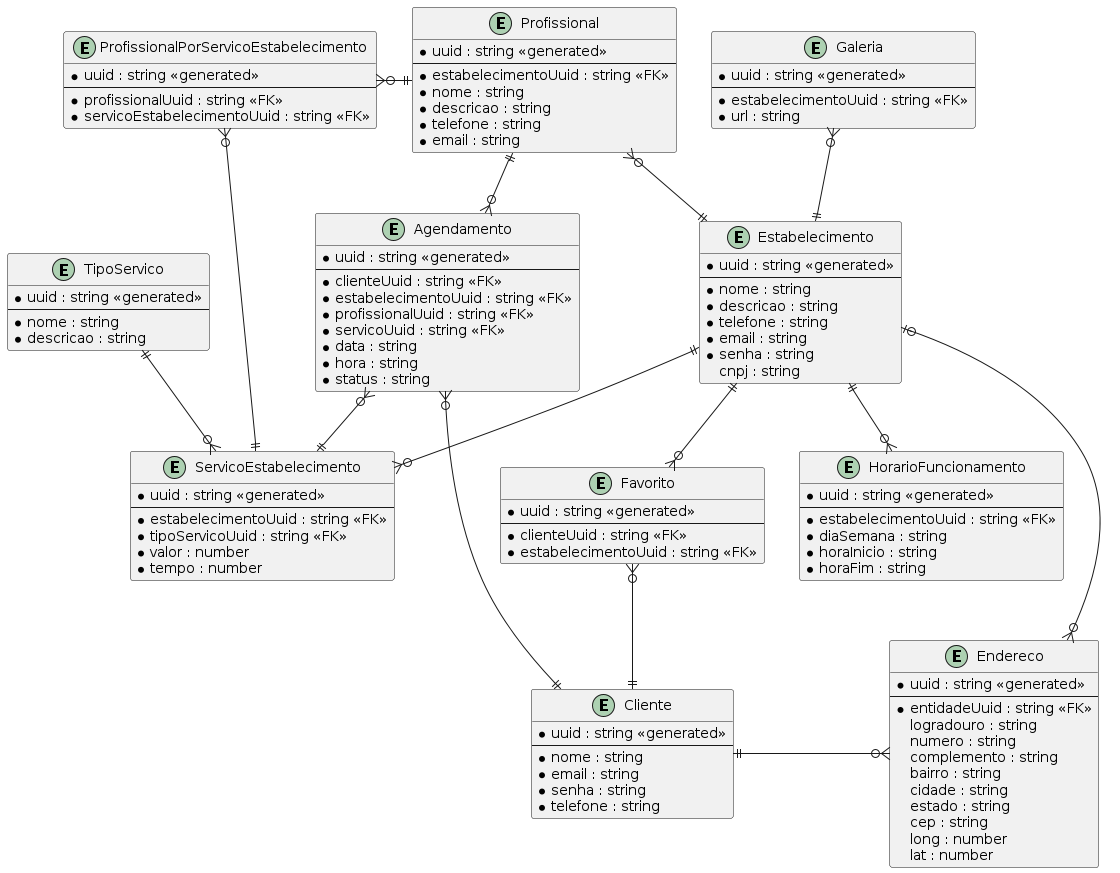
Earlier version of the PlantUML export out/modeloDeDados/modeloBD/BeatyOn.png (RenanLira-Aluno/projetoIntegrador-2).
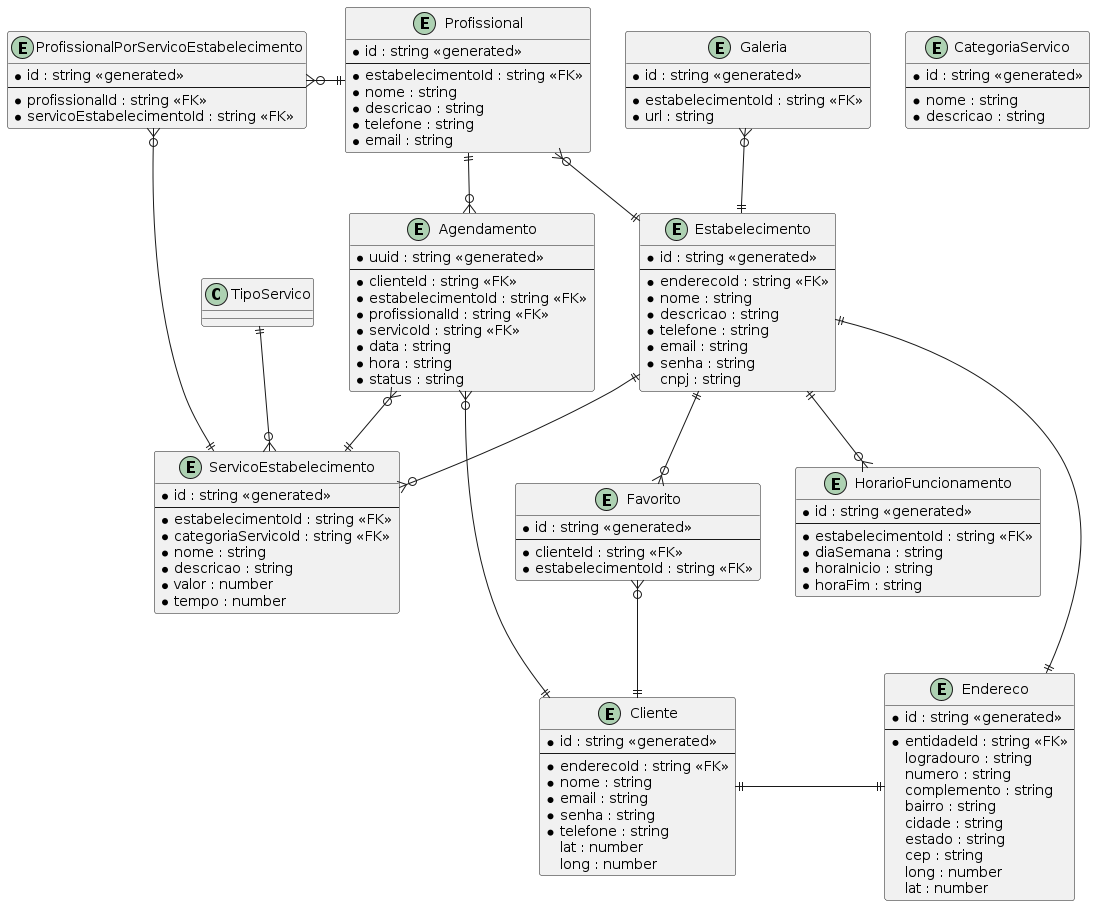
After the commit.

The edit, as a diff of the source:
```diff
@@ -2,18 +2,21 @@
 
 
 entity Cliente {
-    *uuid : string <<generated>>
+    *id : string <<generated>>
     --
+    *enderecoId : string <<FK>>
     *nome : string
     *email : string
     *senha : string
     *telefone : string
+    lat : number
+    long : number
 }
 
 entity Endereco {
-    *uuid : string <<generated>>
+    *id : string <<generated>>
     --
-    *entidadeUuid : string <<FK>>
+    *entidadeId : string <<FK>>
     logradouro : string
     numero : string
     complemento : string
@@ -26,8 +29,9 @@
 }
 
 entity Estabelecimento {
-    *uuid : string <<generated>>
+    *id : string <<generated>>
     --
+    *enderecoId : string <<FK>>
     *nome : string
     *descricao : string
     *telefone : string
@@ -36,18 +40,20 @@
     cnpj : string
 }
 
-entity TipoServico{
-    *uuid : string <<generated>>
+entity CategoriaServico{
+    *id : string <<generated>>
     --
     *nome : string
     *descricao : string
 }
 
 entity ServicoEstabelecimento{
-    *uuid : string <<generated>>
+    *id : string <<generated>>
     --
-    *estabelecimentoUuid : string <<FK>>
-    *tipoServicoUuid : string <<FK>>
+    *estabelecimentoId : string <<FK>>
+    *categoriaServicoId : string <<FK>>
+    *nome : string
+    *descricao : string
     *valor : number
     *tempo : number
 }
@@ -55,28 +61,28 @@
 entity Agendamento{
     *uuid : string <<generated>>
     --
-    *clienteUuid : string <<FK>>
-    *estabelecimentoUuid : string <<FK>>
-    *profissionalUuid : string <<FK>>
-    *servicoUuid : string <<FK>>
+    *clienteId : string <<FK>>
+    *estabelecimentoId : string <<FK>>
+    *profissionalId : string <<FK>>
+    *servicoId : string <<FK>>
     *data : string
     *hora : string
     *status : string
 }
 
 entity HorarioFuncionamento{
-    *uuid : string <<generated>>
+    *id : string <<generated>>
     --
-    *estabelecimentoUuid : string <<FK>>
+    *estabelecimentoId : string <<FK>>
     *diaSemana : string
     *horaInicio : string
     *horaFim : string
 }
 
 entity Profissional{
-    *uuid : string <<generated>>
+    *id : string <<generated>>
     --
-    *estabelecimentoUuid : string <<FK>>
+    *estabelecimentoId : string <<FK>>
     *nome : string
     *descricao : string
     *telefone : string
@@ -84,23 +90,23 @@
 }
 
 entity ProfissionalPorServicoEstabelecimento{
-    *uuid : string <<generated>>
+    *id : string <<generated>>
     --
-    *profissionalUuid : string <<FK>>
-    *servicoEstabelecimentoUuid : string <<FK>>
+    *profissionalId : string <<FK>>
+    *servicoEstabelecimentoId : string <<FK>>
 }
 
 entity Favorito{
-    *uuid : string <<generated>>
+    *id : string <<generated>>
     --
-    *clienteUuid : string <<FK>>
-    *estabelecimentoUuid : string <<FK>>
+    *clienteId : string <<FK>>
+    *estabelecimentoId : string <<FK>>
 }
 
 entity Galeria {
-    *uuid : string <<generated>>
+    *id : string <<generated>>
     --
-    *estabelecimentoUuid : string <<FK>>
+    *estabelecimentoId : string <<FK>>
     *url : string
 }
 
@@ -110,11 +116,11 @@
 Agendamento }o-up-|| Profissional
 Agendamento }o--|| ServicoEstabelecimento
 Agendamento }o--|| Cliente
-Estabelecimento |o-down-o{ Endereco
+Estabelecimento ||-down-|| Endereco
 Estabelecimento ||-up-o{ Profissional
 Estabelecimento ||--o{ ServicoEstabelecimento
 
-Cliente ||-right-o{ Endereco
+Cliente ||-right-|| Endereco
 TipoServico ||--o{ ServicoEstabelecimento
 Estabelecimento ||--o{ HorarioFuncionamento
 Profissional ||-left-o{ ProfissionalPorServicoEstabelecimento
```
